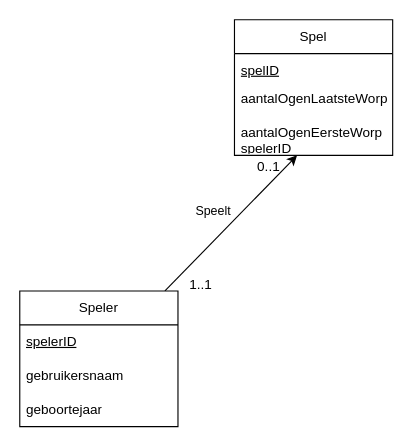
Before: database/ERD/ERD UC2.drawio in JasperMeersschaut/Kingdomino-38, a draw.io diagram. Source tidied: cells renumbered, new cells numbered last; positions are measured from the earlier drawing's top-left corner, leaving out a move shared by most shapes. Both pictures are drawn from the tidied source at 113%, with x=0, y=0 at pixel (19, 19).
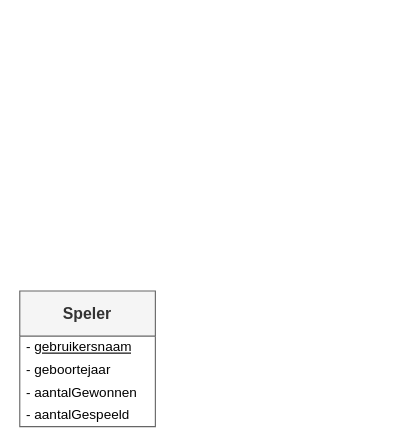
The same diagram, later.

Commit message (it also covers changes not shown here):
ERD UC2 bijgewerkt

Change to the diagram source:
```diff
@@
 <mxGraphModel>
   <root>
     <mxCell id="0" />
     <mxCell id="1" parent="0" />
-    <mxCell id="2" style="edgeStyle=none;html=1;" parent="1" edge="1" source="4" target="11">
-      <mxGeometry relative="1" as="geometry" />
-    </mxCell>
-    <mxCell id="3" value="Speelt" style="edgeLabel;html=1;align=center;verticalAlign=middle;" parent="2" vertex="1">
-      <mxGeometry x="-0.23" y="-2" relative="1" as="geometry">
-        <mxPoint x="-5" y="-26" as="offset" />
-      </mxGeometry>
-    </mxCell>
-    <mxCell id="4" value="Speler" style="swimlane;fontStyle=0;horizontal=1;startSize=30;whiteSpace=wrap;html=1;" parent="1" vertex="1">
-      <mxGeometry y="240" width="140" height="120" as="geometry" />
+    <mxCell id="4" value="&lt;b&gt;&lt;font style=&quot;font-size: 14px;&quot;&gt;Speler&lt;/font&gt;&lt;/b&gt;" style="swimlane;fontStyle=0;horizontal=1;startSize=40;whiteSpace=wrap;html=1;fillColor=#f5f5f5;fontColor=#333333;strokeColor=#666666;" parent="1" vertex="1">
+      <mxGeometry y="240" width="120" height="120" as="geometry" />
     </mxCell>
-    <mxCell id="5" value="&lt;u&gt;spelerID&lt;/u&gt;" style="text;strokeColor=none;fillColor=none;align=left;verticalAlign=middle;spacingLeft=4;spacingRight=4;overflow=hidden;whiteSpace=wrap;html=1;" parent="4" vertex="1">
-      <mxGeometry y="30" width="140" height="30" as="geometry" />
-    </mxCell>
-    <mxCell id="6" value="gebruikersnaam" style="text;strokeColor=none;fillColor=none;align=left;verticalAlign=middle;spacingLeft=4;spacingRight=4;overflow=hidden;whiteSpace=wrap;html=1;" parent="4" vertex="1">
-      <mxGeometry y="60" width="140" height="30" as="geometry" />
-    </mxCell>
-    <mxCell id="7" value="geboortejaar" style="text;strokeColor=none;fillColor=none;align=left;verticalAlign=middle;spacingLeft=4;spacingRight=4;overflow=hidden;whiteSpace=wrap;html=1;" parent="4" vertex="1">
-      <mxGeometry y="90" width="140" height="30" as="geometry" />
-    </mxCell>
-    <mxCell id="8" value="Spel" style="swimlane;fontStyle=0;horizontal=1;startSize=30;whiteSpace=wrap;html=1;" parent="1" vertex="1">
-      <mxGeometry x="190" width="140" height="120" as="geometry" />
-    </mxCell>
-    <mxCell id="9" value="&lt;u&gt;spelID&lt;/u&gt;" style="text;strokeColor=none;fillColor=none;align=left;verticalAlign=middle;spacingLeft=4;spacingRight=4;overflow=hidden;whiteSpace=wrap;html=1;" parent="8" vertex="1">
-      <mxGeometry y="30" width="140" height="30" as="geometry" />
-    </mxCell>
-    <mxCell id="10" value="aantalOgenLaatsteWorp&lt;br&gt;&lt;br&gt;" style="text;strokeColor=none;fillColor=none;align=left;verticalAlign=middle;spacingLeft=4;spacingRight=4;overflow=hidden;whiteSpace=wrap;html=1;" parent="8" vertex="1">
-      <mxGeometry y="60" width="140" height="30" as="geometry" />
-    </mxCell>
-    <mxCell id="11" value="aantalOgenEersteWorp&lt;br&gt;spelerID" style="text;strokeColor=none;fillColor=none;align=left;verticalAlign=middle;spacingLeft=4;spacingRight=4;overflow=hidden;points=[[0,0.5],[1,0.5]];portConstraint=eastwest;whiteSpace=wrap;html=1;" parent="8" vertex="1">
-      <mxGeometry y="90" width="140" height="30" as="geometry" />
-    </mxCell>
-    <mxCell id="12" value="0..1" style="text;html=1;align=center;verticalAlign=middle;strokeColor=none;fillColor=none;" parent="1" vertex="1">
-      <mxGeometry x="200" y="115" width="40" height="30" as="geometry" />
-    </mxCell>
-    <mxCell id="13" value="1..1" style="text;html=1;align=center;verticalAlign=middle;strokeColor=none;fillColor=none;" parent="1" vertex="1">
-      <mxGeometry x="140" y="220" width="40" height="30" as="geometry" />
-    </mxCell>
+    <mxCell id="14" value="- &lt;u&gt;gebruikersnaam&lt;/u&gt;" style="text;strokeColor=none;fillColor=none;align=left;verticalAlign=middle;spacingLeft=4;spacingRight=4;overflow=hidden;whiteSpace=wrap;html=1;" parent="4" vertex="1">
+      <mxGeometry y="40" width="120" height="20" as="geometry" />
+    </mxCell>
+    <mxCell id="15" value="- geboortejaar" style="text;strokeColor=none;fillColor=none;align=left;verticalAlign=middle;spacingLeft=4;spacingRight=4;overflow=hidden;whiteSpace=wrap;html=1;" parent="4" vertex="1">
+      <mxGeometry y="60" width="120" height="20" as="geometry" />
+    </mxCell>
+    <mxCell id="16" value="- aantalGewonnen" style="text;strokeColor=none;fillColor=none;align=left;verticalAlign=middle;spacingLeft=4;spacingRight=4;overflow=hidden;whiteSpace=wrap;html=1;" parent="4" vertex="1">
+      <mxGeometry y="80" width="120" height="20" as="geometry" />
+    </mxCell>
+    <mxCell id="17" value="- aantalGespeeld" style="text;strokeColor=none;fillColor=none;align=left;verticalAlign=middle;spacingLeft=4;spacingRight=4;overflow=hidden;whiteSpace=wrap;html=1;" parent="4" vertex="1">
+      <mxGeometry y="100" width="120" height="20" as="geometry" />
+    </mxCell>
   </root>
 </mxGraphModel>
```
